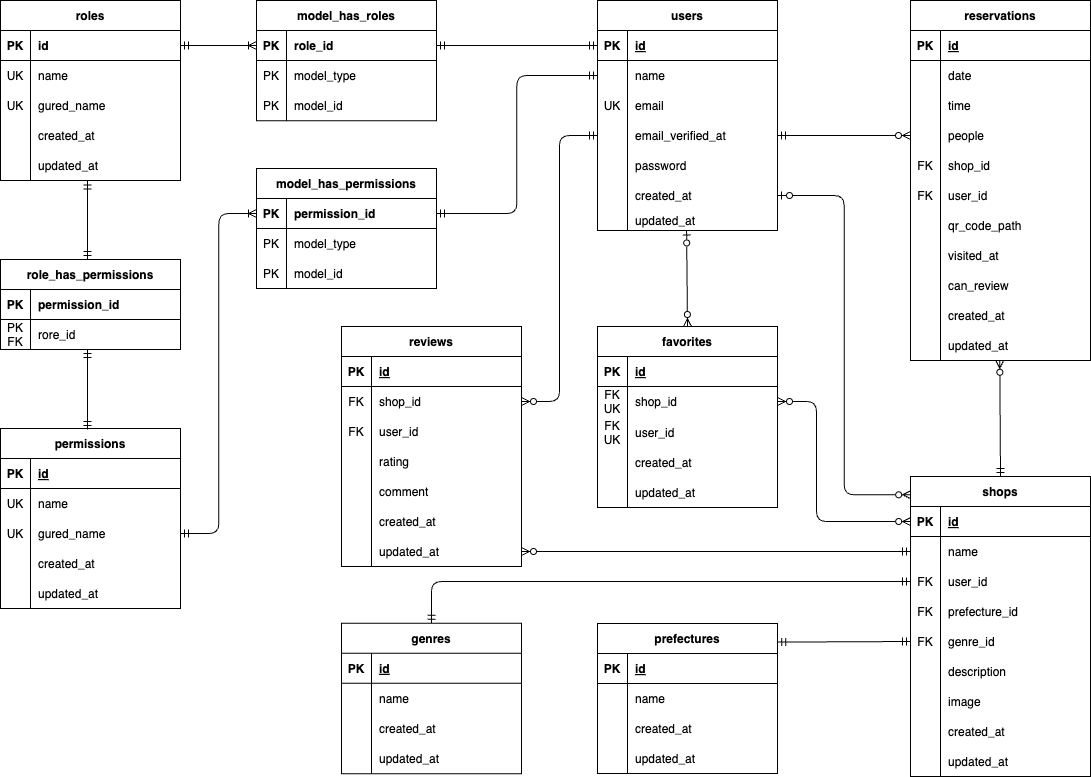
This is rese-er.drawio.png from mdrgreen39/rese, a draw.io export, as it was before one commit. Source tidied: cells renumbered, new cells last; positions are measured from the earlier drawing's top-left corner, leaving out a move shared by most shapes.
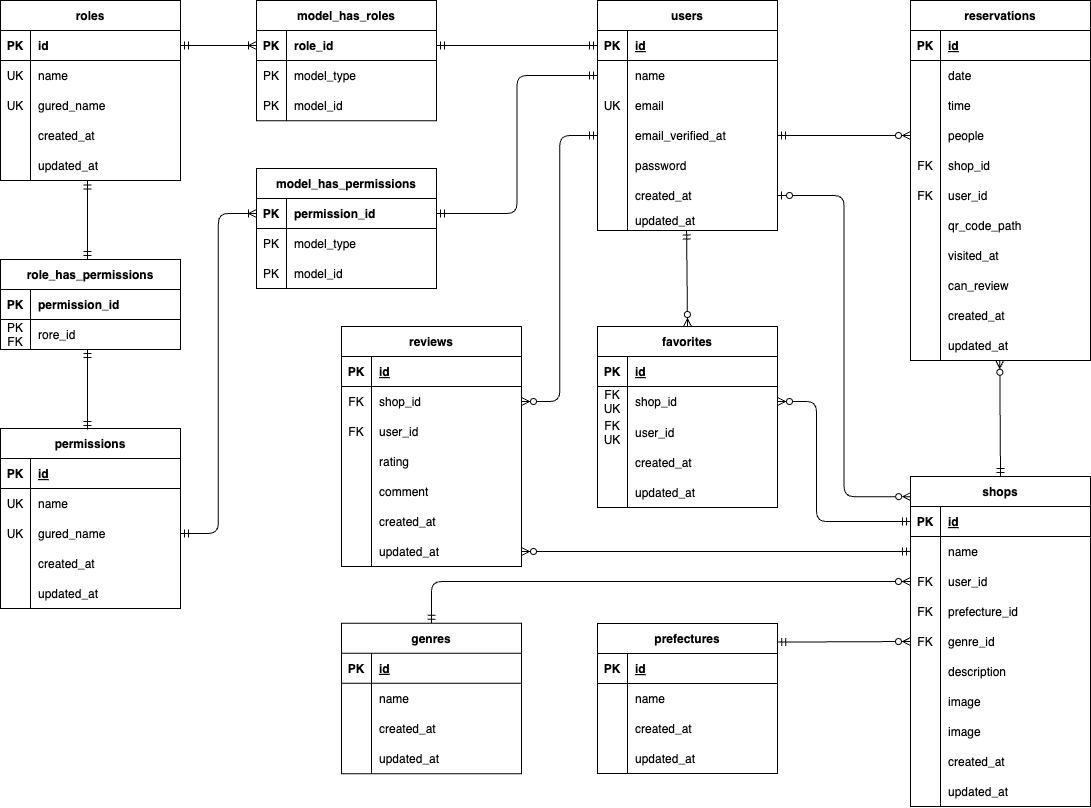
After the commit.

Diff of the diagram source:
```diff
@@ -147,7 +147,7 @@
       <mxGeometry x="30" width="150" height="30" as="geometry" />
     </mxCell>
     <mxCell id="50" value="shops" style="shape=table;startSize=30;rowLines=0;fontStyle=1;align=center;fillColor=none;fontColor=#000000;strokeColor=#000000;" parent="1" vertex="1">
-      <mxGeometry x="910" y="476" width="180" height="300" as="geometry" />
+      <mxGeometry x="910" y="476" width="180" height="330" as="geometry" />
     </mxCell>
     <mxCell id="51" style="shape=tableRow;horizontal=0;startSize=0;swimlaneHead=0;swimlaneBody=0;fillColor=none;points=[[0,0.5],[1,0.5]];portConstraint=eastwest;top=0;left=0;right=0;bottom=1;strokeColor=#000000;" parent="50" vertex="1">
       <mxGeometry y="30" width="180" height="30" as="geometry" />
@@ -203,8 +203,17 @@
     <mxCell id="68" value="description" style="shape=partialRectangle;fillColor=none;top=0;left=0;bottom=0;right=0;align=left;spacingLeft=6;overflow=hidden;fontColor=#000000;" parent="66" vertex="1">
       <mxGeometry x="30" width="150" height="30" as="geometry" />
     </mxCell>
+    <mxCell id="224" style="shape=tableRow;horizontal=0;startSize=0;swimlaneHead=0;swimlaneBody=0;fillColor=none;top=0;left=0;right=0;bottom=0;" parent="50" vertex="1">
+      <mxGeometry y="210" width="180" height="30" as="geometry" />
+    </mxCell>
+    <mxCell id="225" style="shape=partialRectangle;fillColor=none;top=0;left=0;bottom=0;right=0;overflow=hidden;fontColor=#000000;" parent="224" vertex="1">
+      <mxGeometry width="30" height="30" as="geometry" />
+    </mxCell>
+    <mxCell id="226" value="image" style="shape=partialRectangle;fillColor=none;top=0;left=0;bottom=0;right=0;align=left;spacingLeft=6;overflow=hidden;fontColor=#000000;" parent="224" vertex="1">
+      <mxGeometry x="30" width="150" height="30" as="geometry" />
+    </mxCell>
     <mxCell id="69" style="shape=tableRow;horizontal=0;startSize=0;swimlaneHead=0;swimlaneBody=0;fillColor=none;top=0;left=0;right=0;bottom=0;" parent="50" vertex="1">
-      <mxGeometry y="210" width="180" height="30" as="geometry" />
+      <mxGeometry y="240" width="180" height="30" as="geometry" />
     </mxCell>
     <mxCell id="70" style="shape=partialRectangle;fillColor=none;top=0;left=0;bottom=0;right=0;overflow=hidden;fontColor=#000000;" parent="69" vertex="1">
       <mxGeometry width="30" height="30" as="geometry" />
@@ -213,7 +222,7 @@
       <mxGeometry x="30" width="150" height="30" as="geometry" />
     </mxCell>
     <mxCell id="72" style="shape=tableRow;horizontal=0;startSize=0;swimlaneHead=0;swimlaneBody=0;fillColor=none;top=0;left=0;right=0;bottom=0;" parent="50" vertex="1">
-      <mxGeometry y="240" width="180" height="30" as="geometry" />
+      <mxGeometry y="270" width="180" height="30" as="geometry" />
     </mxCell>
     <mxCell id="73" style="shape=partialRectangle;fillColor=none;top=0;left=0;bottom=0;right=0;overflow=hidden;fontColor=#000000;" parent="72" vertex="1">
       <mxGeometry width="30" height="30" as="geometry" />
@@ -222,7 +231,7 @@
       <mxGeometry x="30" width="150" height="30" as="geometry" />
     </mxCell>
     <mxCell id="75" style="shape=tableRow;horizontal=0;startSize=0;swimlaneHead=0;swimlaneBody=0;fillColor=none;top=0;left=0;right=0;bottom=0;" parent="50" vertex="1">
-      <mxGeometry y="270" width="180" height="30" as="geometry" />
+      <mxGeometry y="300" width="180" height="30" as="geometry" />
     </mxCell>
     <mxCell id="76" style="shape=partialRectangle;fillColor=none;top=0;left=0;bottom=0;right=0;overflow=hidden;fontColor=#000000;" parent="75" vertex="1">
       <mxGeometry width="30" height="30" as="geometry" />
@@ -380,10 +389,10 @@
     <mxCell id="127" value="updated_at" style="shape=partialRectangle;fillColor=none;top=0;left=0;bottom=0;right=0;align=left;spacingLeft=6;overflow=hidden;fontColor=#000000;" parent="125" vertex="1">
       <mxGeometry x="30" width="150" height="30" as="geometry" />
     </mxCell>
-    <mxCell id="128" style="fontSize=12;html=1;endArrow=ERmandOne;startArrow=ERmandOne;fontColor=#000000;entryX=1.001;entryY=0.124;entryDx=0;entryDy=0;strokeColor=#000000;elbow=vertical;exitX=0;exitY=0.5;exitDx=0;exitDy=0;entryPerimeter=0;" parent="1" edge="1" source="63" target="24">
+    <mxCell id="128" style="fontSize=12;html=1;endArrow=ERmandOne;startArrow=ERzeroToMany;fontColor=#000000;entryX=1.001;entryY=0.124;entryDx=0;entryDy=0;strokeColor=#000000;elbow=vertical;exitX=0;exitY=0.5;exitDx=0;exitDy=0;entryPerimeter=0;endFill=0;startFill=0;" parent="1" edge="1" source="63" target="24">
       <mxGeometry relative="1" as="geometry" />
     </mxCell>
-    <mxCell id="129" style="fontSize=12;html=1;endArrow=ERmandOne;startArrow=ERmandOne;fontColor=#000000;entryX=0.5;entryY=0;entryDx=0;entryDy=0;strokeColor=#000000;edgeStyle=elbowEdgeStyle;exitX=0;exitY=0.5;exitDx=0;exitDy=0;" parent="1" edge="1" source="57" target="37">
+    <mxCell id="129" style="fontSize=12;html=1;endArrow=ERmandOne;startArrow=ERzeroToMany;fontColor=#000000;entryX=0.5;entryY=0;entryDx=0;entryDy=0;strokeColor=#000000;edgeStyle=elbowEdgeStyle;exitX=0;exitY=0.5;exitDx=0;exitDy=0;startFill=0;" parent="1" edge="1" source="57" target="37">
       <mxGeometry relative="1" as="geometry">
         <Array as="points">
           <mxPoint x="431" y="607" />
@@ -396,15 +405,16 @@
     <mxCell id="131" style="fontSize=12;html=1;endArrow=ERzeroToMany;startArrow=ERmandOne;strokeColor=#000000;fontColor=#000000;startFill=0;exitX=0.5;exitY=0;exitDx=0;exitDy=0;entryX=0.496;entryY=0.992;entryDx=0;entryDy=0;entryPerimeter=0;" parent="1" edge="1" source="50" target="109">
       <mxGeometry relative="1" as="geometry" />
     </mxCell>
-    <mxCell id="132" style="edgeStyle=elbowEdgeStyle;fontSize=12;html=1;endArrow=ERzeroToMany;endFill=0;strokeColor=#000000;fontColor=#000000;startArrow=ERzeroToMany;startFill=0;entryX=0.001;entryY=0.5;entryDx=0;entryDy=0;entryPerimeter=0;" parent="1" edge="1" target="51">
+    <mxCell id="132" style="edgeStyle=elbowEdgeStyle;fontSize=12;html=1;endArrow=ERmandOne;endFill=0;strokeColor=#000000;fontColor=#000000;startArrow=ERzeroToMany;startFill=0;" parent="1" edge="1">
       <mxGeometry relative="1" as="geometry">
         <mxPoint x="777" y="401" as="sourcePoint" />
+        <mxPoint x="910" y="521" as="targetPoint" />
         <Array as="points">
           <mxPoint x="816" y="479" />
         </Array>
       </mxGeometry>
     </mxCell>
-    <mxCell id="133" style="fontSize=12;html=1;endArrow=ERzeroToMany;startArrow=ERzeroToOne;strokeColor=#000000;fontColor=#000000;startFill=0;exitX=0.495;exitY=1.022;exitDx=0;exitDy=0;exitPerimeter=0;entryX=0.5;entryY=0;entryDx=0;entryDy=0;" parent="1" edge="1" source="21" target="112">
+    <mxCell id="133" style="fontSize=12;html=1;endArrow=ERzeroToMany;startArrow=ERmandOne;strokeColor=#000000;fontColor=#000000;startFill=0;exitX=0.495;exitY=1.022;exitDx=0;exitDy=0;exitPerimeter=0;entryX=0.5;entryY=0;entryDx=0;entryDy=0;" parent="1" edge="1" source="21" target="112">
       <mxGeometry relative="1" as="geometry" />
     </mxCell>
     <mxCell id="134" value="model_has_permissions" style="shape=table;startSize=30;rowLines=0;fontStyle=1;align=center;fillColor=none;fontColor=#000000;strokeColor=#000000;" parent="1" vertex="1">
```
